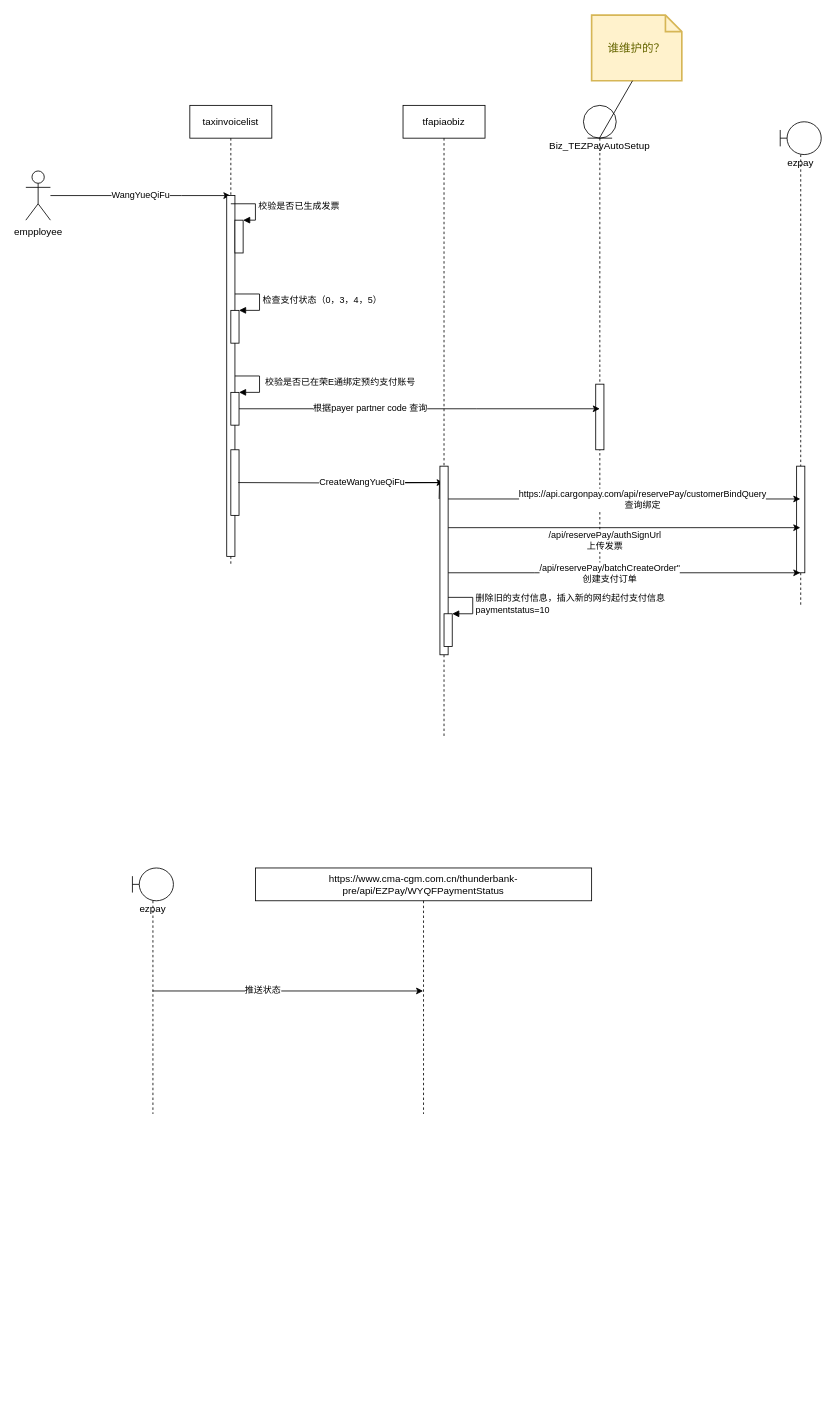
yi2003/diagram keeps this draw.io diagram as 网约起付.drawio. Above is the earlier version. Source tidied: cells renumbered, new cells numbered last; positions are measured from the earlier drawing's top-left corner, leaving out a move shared by most shapes. Both pictures are drawn from the tidied source at 82%, with x=0, y=0 at pixel (25, 15).
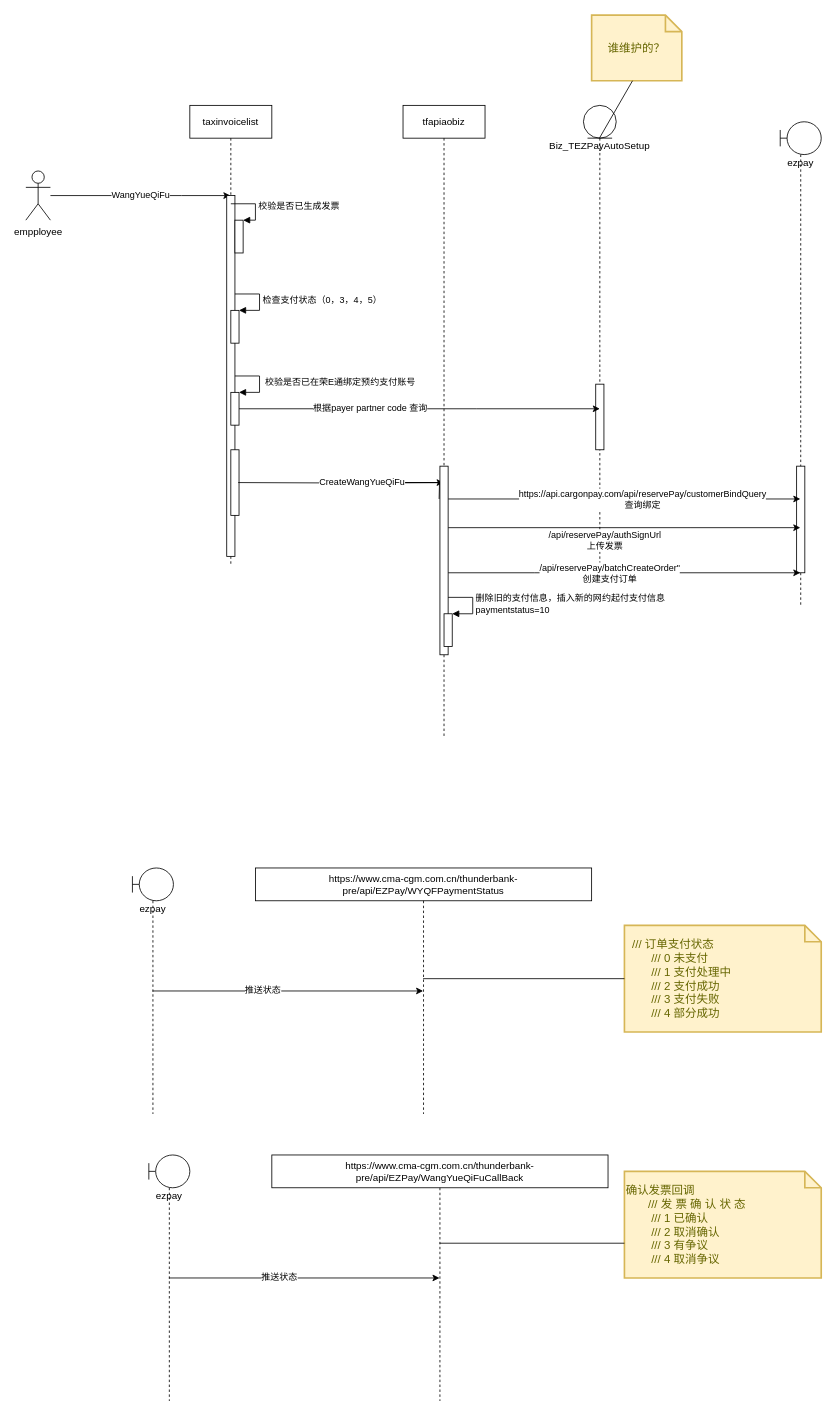
The same page after the edit.

The change refers to these unchanged cells:
```xml
<mxCell id="33" value="https://www.cma-cgm.com.cn/thunderbank-pre/api/EZPay/WYQFPaymentStatus" style="shape=umlLifeline;perimeter=lifelinePerimeter;whiteSpace=wrap;html=1;outlineConnect=0;align=center;" parent="1" vertex="1">
  <mxGeometry x="280" y="1040" width="410" height="300" as="geometry" />
</mxCell>
```

Diff of the diagram source:
```diff
@@
+    <mxCell id="37" value="https://www.cma-cgm.com.cn/thunderbank-pre/api/EZPay/WangYueQiFuCallBack" style="shape=umlLifeline;perimeter=lifelinePerimeter;whiteSpace=wrap;html=1;outlineConnect=0;align=center;" parent="1" vertex="1">
+      <mxGeometry x="300" y="1390" width="410" height="300" as="geometry" />
+    </mxCell>
+    <mxCell id="38" style="edgeStyle=orthogonalEdgeStyle;rounded=0;jettySize=auto;html=1;" parent="1" edge="1" source="40" target="37">
+      <mxGeometry relative="1" as="geometry" />
+    </mxCell>
+    <mxCell id="39" value="推送状态" style="edgeLabel;html=1;align=center;verticalAlign=middle;" parent="38" vertex="1">
+      <mxGeometry x="-0.19" y="2" relative="1" as="geometry" />
+    </mxCell>
+    <mxCell id="40" value="ezpay" style="shape=umlLifeline;participant=umlBoundary;perimeter=lifelinePerimeter;whiteSpace=wrap;html=1;verticalAlign=top;spacingTop=36;outlineConnect=0;" parent="1" vertex="1">
+      <mxGeometry x="150" y="1390" width="50" height="300" as="geometry" />
+    </mxCell>
+    <mxCell id="41" value="确认发票回调&lt;br&gt;&lt;div&gt;&lt;span style=&quot;font-size: 14px;&quot;&gt;&amp;nbsp; &amp;nbsp; &amp;nbsp; &amp;nbsp;/// 发 票 确 认 状 态&amp;nbsp; &amp;nbsp; &amp;nbsp; &amp;nbsp;&amp;nbsp;&lt;/span&gt;&lt;/div&gt;&lt;div&gt;&lt;span style=&quot;font-size: 14px;&quot;&gt;&amp;nbsp; &amp;nbsp; &amp;nbsp; &amp;nbsp; /// 1 已确认&lt;/span&gt;&lt;/div&gt;&lt;div&gt;&lt;span style=&quot;font-size: 14px;&quot;&gt;&amp;nbsp; &amp;nbsp; &amp;nbsp; &amp;nbsp; /// 2 取消确认&lt;/span&gt;&lt;/div&gt;&lt;div&gt;&lt;span style=&quot;font-size: 14px;&quot;&gt;&amp;nbsp; &amp;nbsp; &amp;nbsp; &amp;nbsp; /// 3 有争议&lt;/span&gt;&lt;/div&gt;&lt;div&gt;&lt;span style=&quot;font-size: 14px;&quot;&gt;&amp;nbsp; &amp;nbsp; &amp;nbsp; &amp;nbsp; /// 4 取消争议&lt;/span&gt;&lt;/div&gt;" style="shape=note;strokeWidth=2;fontSize=14;size=20;whiteSpace=wrap;html=1;fillColor=#fff2cc;strokeColor=#d6b656;fontColor=#666600;align=left;" parent="1" vertex="1">
+      <mxGeometry x="730" y="1410" width="240" height="130" as="geometry" />
+    </mxCell>
+    <mxCell id="42" style="endArrow=none;html=1;rounded=0;" parent="1" edge="1" source="37" target="41">
+      <mxGeometry relative="1" as="geometry" />
+    </mxCell>
+    <mxCell id="43" value="&lt;div&gt;&lt;span style=&quot;font-size: 14px;&quot;&gt;&amp;nbsp; /// 订单支付状态&lt;/span&gt;&lt;/div&gt;&lt;div&gt;&lt;span style=&quot;font-size: 14px;&quot;&gt;&amp;nbsp; &amp;nbsp; &amp;nbsp; &amp;nbsp; /// 0 未支付&lt;/span&gt;&lt;/div&gt;&lt;div&gt;&lt;span style=&quot;font-size: 14px;&quot;&gt;&amp;nbsp; &amp;nbsp; &amp;nbsp; &amp;nbsp; /// 1 支付处理中&lt;/span&gt;&lt;/div&gt;&lt;div&gt;&lt;span style=&quot;font-size: 14px;&quot;&gt;&amp;nbsp; &amp;nbsp; &amp;nbsp; &amp;nbsp; /// 2 支付成功&lt;/span&gt;&lt;/div&gt;&lt;div&gt;&lt;span style=&quot;font-size: 14px;&quot;&gt;&amp;nbsp; &amp;nbsp; &amp;nbsp; &amp;nbsp; /// 3 支付失败&lt;/span&gt;&lt;/div&gt;&lt;div&gt;&lt;span style=&quot;font-size: 14px;&quot;&gt;&amp;nbsp; &amp;nbsp; &amp;nbsp; &amp;nbsp; /// 4 部分成功&lt;/span&gt;&lt;/div&gt;" style="shape=note;strokeWidth=2;fontSize=14;size=20;whiteSpace=wrap;html=1;fillColor=#fff2cc;strokeColor=#d6b656;fontColor=#666600;align=left;" parent="1" vertex="1">
+      <mxGeometry x="730" y="1110" width="240" height="130" as="geometry" />
+    </mxCell>
+    <mxCell id="44" style="endArrow=none;html=1;rounded=0;entryX=0;entryY=0.5;entryDx=0;entryDy=0;entryPerimeter=0;" parent="1" edge="1" source="33" target="43">
+      <mxGeometry relative="1" as="geometry" />
+    </mxCell>
```
